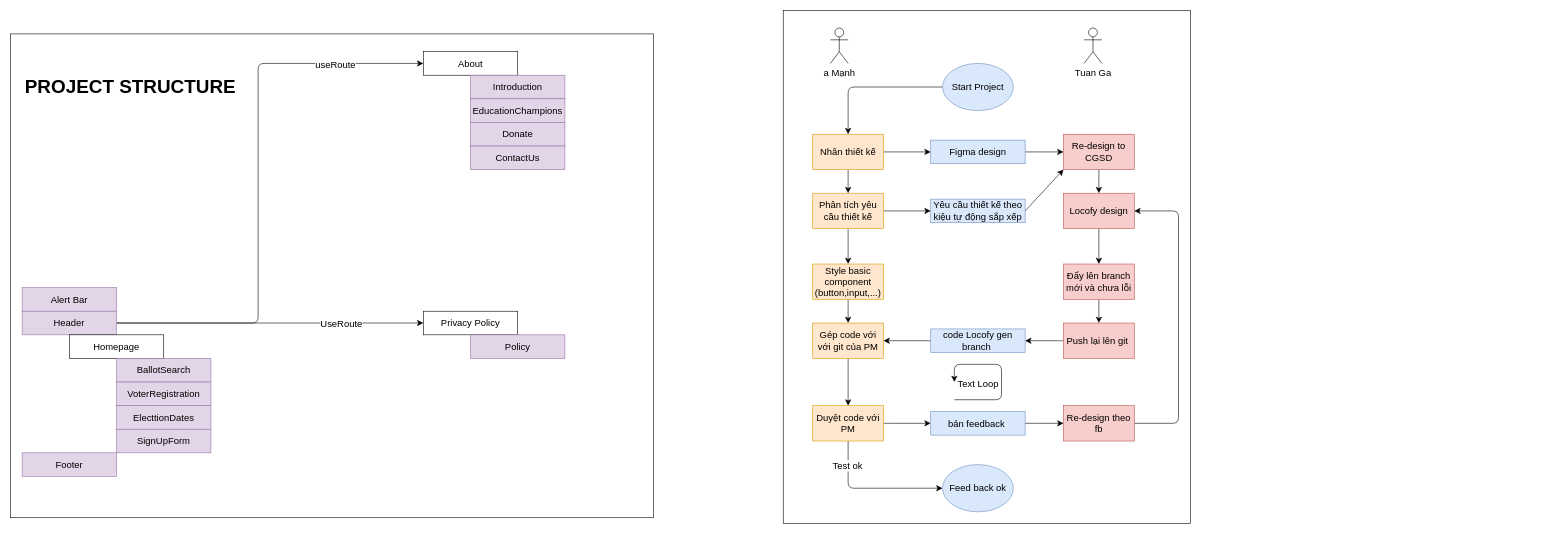
Earlier version of the draw.io diagram 0.Docs/FE_Diagram.drawio (Manhlt2008/FE). Source tidied: cells renumbered, new cells numbered last; positions are measured from the earlier drawing's top-left corner, leaving out a move shared by most shapes. Both pictures are drawn from the tidied source at 59%, with x=0, y=0 at pixel (10, 10).
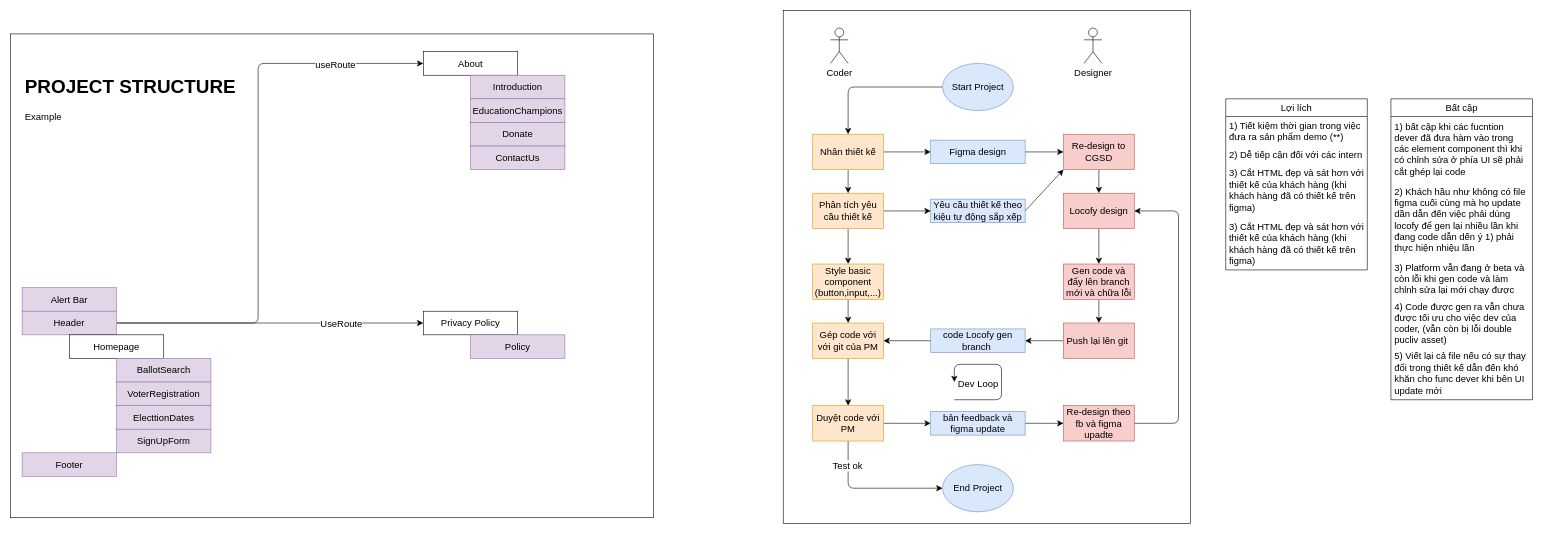
After the change.

Change to the diagram source:
```diff
@@
-    <mxCell id="23" value="&lt;h1&gt;PROJECT STRUCTURE&lt;/h1&gt;&lt;div&gt;&lt;br&gt;&lt;/div&gt;" style="text;html=1;strokeColor=none;fillColor=none;spacing=5;spacingTop=-20;whiteSpace=wrap;overflow=hidden;rounded=0;fontSize=16;" parent="1" vertex="1">
+    <mxCell id="23" value="&lt;h1&gt;PROJECT STRUCTURE&lt;/h1&gt;&lt;div&gt;Example&lt;/div&gt;" style="text;html=1;strokeColor=none;fillColor=none;spacing=5;spacingTop=-20;whiteSpace=wrap;overflow=hidden;rounded=0;fontSize=16;" parent="1" vertex="1">
       <mxGeometry x="20" y="100" width="390" height="120" as="geometry" />
     </mxCell>
-    <mxCell id="24" value="a Mạnh" style="shape=umlActor;verticalLabelPosition=bottom;verticalAlign=top;html=1;fontSize=16;" parent="1" vertex="1">
+    <mxCell id="24" value="Coder" style="shape=umlActor;verticalLabelPosition=bottom;verticalAlign=top;html=1;fontSize=16;" parent="1" vertex="1">
       <mxGeometry x="1390" y="30" width="30" height="60" as="geometry" />
     </mxCell>
@@
-    <mxCell id="27" value="Tuan Ga" style="shape=umlActor;verticalLabelPosition=bottom;verticalAlign=top;html=1;fontSize=16;" parent="1" vertex="1">
+    <mxCell id="27" value="Designer" style="shape=umlActor;verticalLabelPosition=bottom;verticalAlign=top;html=1;fontSize=16;" parent="1" vertex="1">
       <mxGeometry x="1820" y="30" width="30" height="60" as="geometry" />
     </mxCell>
@@
-    <mxCell id="41" value="Đẩy lên branch mới và chưa lỗi" style="whiteSpace=wrap;html=1;fontSize=16;rounded=0;fillColor=#f8cecc;strokeColor=#b85450;" parent="1" vertex="1">
+    <mxCell id="41" value="Gen code và đẩy lên branch mới và chữa lỗi" style="whiteSpace=wrap;html=1;fontSize=16;rounded=0;fillColor=#f8cecc;strokeColor=#b85450;" parent="1" vertex="1">
       <mxGeometry x="1785" y="430" width="120" height="60" as="geometry" />
     </mxCell>
@@
-    <mxCell id="55" value="bản feedback&amp;nbsp;" style="rounded=0;whiteSpace=wrap;html=1;fontSize=16;fillColor=#dae8fc;strokeColor=#6c8ebf;" parent="1" vertex="1">
+    <mxCell id="55" value="bản feedback và figma update" style="rounded=0;whiteSpace=wrap;html=1;fontSize=16;fillColor=#dae8fc;strokeColor=#6c8ebf;" parent="1" vertex="1">
       <mxGeometry x="1560" y="680" width="160" height="40" as="geometry" />
     </mxCell>
@@
-    <mxCell id="57" value="Re-design theo fb" style="rounded=0;whiteSpace=wrap;html=1;fontSize=16;fillColor=#f8cecc;strokeColor=#b85450;" parent="1" vertex="1">
+    <mxCell id="57" value="Re-design theo fb và figma upadte" style="rounded=0;whiteSpace=wrap;html=1;fontSize=16;fillColor=#f8cecc;strokeColor=#b85450;" parent="1" vertex="1">
       <mxGeometry x="1785" y="670" width="120" height="60" as="geometry" />
     </mxCell>
@@
-    <mxCell id="59" value="Text Loop" style="text;html=1;align=center;verticalAlign=middle;strokeColor=none;fillColor=none;fontSize=16;" parent="1" vertex="1">
+    <mxCell id="59" value="Dev Loop" style="text;html=1;align=center;verticalAlign=middle;strokeColor=none;fillColor=none;fontSize=16;" parent="1" vertex="1">
       <mxGeometry x="1595" y="618" width="90" height="30" as="geometry" />
     </mxCell>
-    <mxCell id="60" value="Feed back ok" style="ellipse;whiteSpace=wrap;html=1;fontSize=16;fillColor=#dae8fc;strokeColor=#6c8ebf;" parent="1" vertex="1">
+    <mxCell id="60" value="End Project" style="ellipse;whiteSpace=wrap;html=1;fontSize=16;fillColor=#dae8fc;strokeColor=#6c8ebf;" parent="1" vertex="1">
       <mxGeometry x="1580" y="770" width="120" height="80" as="geometry" />
     </mxCell>
@@
+    <mxCell id="63" value="Lợi lích" style="swimlane;fontStyle=0;horizontal=1;startSize=30;whiteSpace=wrap;html=1;fontSize=16;" parent="1" vertex="1">
+      <mxGeometry x="2060" y="150" width="240" height="290" as="geometry" />
+    </mxCell>
+    <mxCell id="64" value="1) Tiết kiệm thời gian trong việc đưa ra sản phẩm demo (**)" style="text;strokeColor=none;fillColor=none;align=left;verticalAlign=middle;spacingLeft=4;spacingRight=4;overflow=hidden;whiteSpace=wrap;html=1;fontSize=16;" parent="63" vertex="1">
+      <mxGeometry y="30" width="240" height="50" as="geometry" />
+    </mxCell>
+    <mxCell id="65" value="2) Dễ tiếp cận đối với các intern" style="text;strokeColor=none;fillColor=none;align=left;verticalAlign=middle;spacingLeft=4;spacingRight=4;overflow=hidden;whiteSpace=wrap;html=1;fontSize=16;" parent="63" vertex="1">
+      <mxGeometry y="80" width="240" height="30" as="geometry" />
+    </mxCell>
+    <mxCell id="66" value="3) Cắt HTML đẹp và sát hơn với thiết kế của khách hàng (khi khách hàng đã có thiết kế trên figma)" style="text;strokeColor=none;fillColor=none;align=left;verticalAlign=middle;spacingLeft=4;spacingRight=4;overflow=hidden;whiteSpace=wrap;html=1;fontSize=16;" parent="63" vertex="1">
+      <mxGeometry y="110" width="240" height="90" as="geometry" />
+    </mxCell>
+    <mxCell id="67" value="3) Cắt HTML đẹp và sát hơn với thiết kế của khách hàng (khi khách hàng đã có thiết kế trên figma)" style="text;strokeColor=none;fillColor=none;align=left;verticalAlign=middle;spacingLeft=4;spacingRight=4;overflow=hidden;whiteSpace=wrap;html=1;fontSize=16;" parent="63" vertex="1">
+      <mxGeometry y="200" width="240" height="90" as="geometry" />
+    </mxCell>
+    <mxCell id="68" value="Bất cập" style="swimlane;fontStyle=0;horizontal=1;startSize=30;whiteSpace=wrap;html=1;fontSize=16;" parent="1" vertex="1">
+      <mxGeometry x="2340" y="150" width="240" height="510" as="geometry" />
+    </mxCell>
+    <mxCell id="69" value="1) bất cập khi các fucntion dever đã đưa hàm vào trong các element component thì khi có chỉnh sửa ở phía UI sẽ phải cắt ghép lại code" style="text;strokeColor=none;fillColor=none;align=left;verticalAlign=middle;spacingLeft=4;spacingRight=4;overflow=hidden;whiteSpace=wrap;html=1;fontSize=16;" parent="68" vertex="1">
+      <mxGeometry y="30" width="240" height="110" as="geometry" />
+    </mxCell>
+    <mxCell id="70" value="2) Khách hầu như không có file figma cuối cùng mà họ update dần dẫn đến việc phải dùng locofy để gen lại nhiều lần khi đang code dẫn dến ý 1) phải thực hiện nhiệu lần" style="text;strokeColor=none;fillColor=none;align=left;verticalAlign=middle;spacingLeft=4;spacingRight=4;overflow=hidden;whiteSpace=wrap;html=1;fontSize=16;" parent="68" vertex="1">
+      <mxGeometry y="140" width="240" height="130" as="geometry" />
+    </mxCell>
+    <mxCell id="71" value="3) Platform vẫn đang ở beta và còn lỗi khi gen code và làm chỉnh sửa lại mới chạy được&amp;nbsp;" style="text;strokeColor=none;fillColor=none;align=left;verticalAlign=middle;spacingLeft=4;spacingRight=4;overflow=hidden;whiteSpace=wrap;html=1;fontSize=16;" parent="68" vertex="1">
+      <mxGeometry y="270" width="240" height="70" as="geometry" />
+    </mxCell>
+    <mxCell id="72" value="4) Code được gen ra vẫn chưa được tối ưu cho việc dev của coder, (vẫn còn bị lỗi double pucliv asset)" style="text;strokeColor=none;fillColor=none;align=left;verticalAlign=middle;spacingLeft=4;spacingRight=4;overflow=hidden;whiteSpace=wrap;html=1;fontSize=16;" parent="68" vertex="1">
+      <mxGeometry y="340" width="240" height="80" as="geometry" />
+    </mxCell>
+    <mxCell id="73" value="5) Viết lại cả file nếu có sự thay đổi trong thiết kế dẫn đến khó khăn cho func dever khi bên UI update mới&amp;nbsp;" style="text;strokeColor=none;fillColor=none;align=left;verticalAlign=middle;spacingLeft=4;spacingRight=4;overflow=hidden;whiteSpace=wrap;html=1;fontSize=16;" parent="68" vertex="1">
+      <mxGeometry y="420" width="240" height="90" as="geometry" />
+    </mxCell>
```
